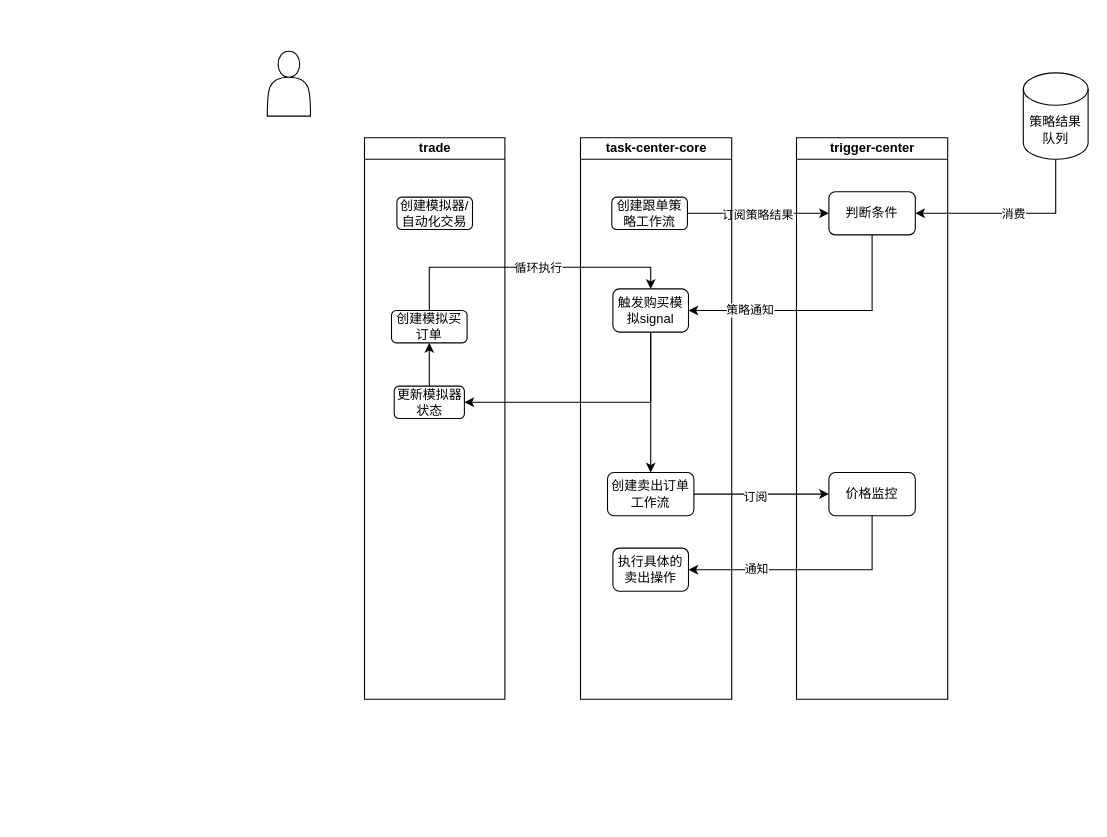
Above: 策略买入工作流.drawio in ZiHengLee/drawio (draw.io), before the change. Source tidied: cells renumbered, new cells numbered last; positions are measured from the earlier drawing's top-left corner, leaving out a move shared by most shapes. Both pictures are drawn from the tidied source at 108%, with x=0, y=0 at pixel (267, 51).
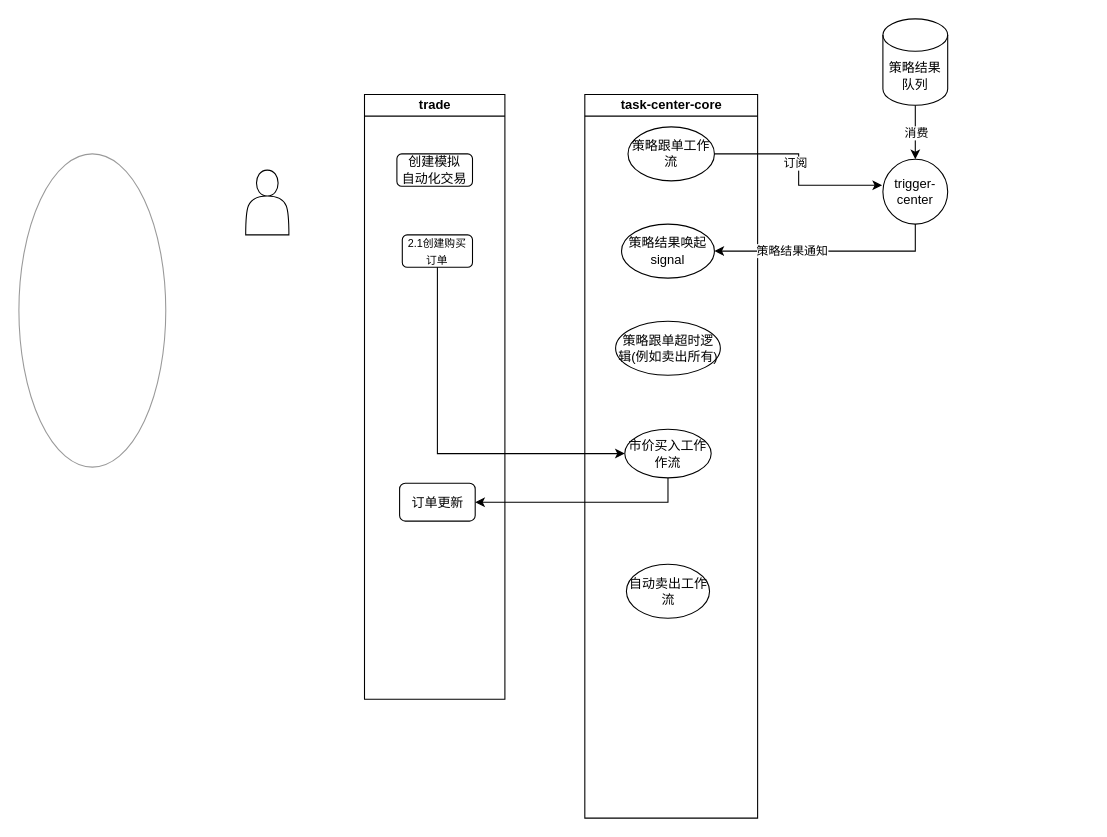
The same diagram, later.

Commit message (it also covers changes not shown here):
更新策略买入工作流.drawio

Diff of the diagram source:
```diff
@@
     <mxCell id="2" style="shape=actor;whiteSpace=wrap;html=1;" parent="1" vertex="1">
-      <mxGeometry width="40" height="60" as="geometry" />
+      <mxGeometry x="-20" y="110" width="40" height="60" as="geometry" />
     </mxCell>
-    <mxCell id="3" style="edgeStyle=orthogonalEdgeStyle;rounded=0;jettySize=auto;html=1;exitX=0.5;exitY=1;exitDx=0;exitDy=0;exitPerimeter=0;entryX=1;entryY=0.5;entryDx=0;entryDy=0;" parent="1" edge="1" source="5" target="7">
+    <mxCell id="3" style="edgeStyle=orthogonalEdgeStyle;rounded=0;jettySize=auto;html=1;exitX=0.5;exitY=1;exitDx=0;exitDy=0;exitPerimeter=0;entryX=0.5;entryY=0;entryDx=0;entryDy=0;" parent="1" edge="1" source="5" target="6">
       <mxGeometry relative="1" as="geometry" />
     </mxCell>
@@
     <mxCell id="5" value="策略结果队列" style="shape=cylinder3;whiteSpace=wrap;html=1;boundedLbl=1;backgroundOutline=1;size=15;" parent="1" vertex="1">
-      <mxGeometry x="700" y="20" width="60" height="80" as="geometry" />
+      <mxGeometry x="570" y="-30" width="60" height="80" as="geometry" />
     </mxCell>
-    <mxCell id="6" value="trigger-center" style="swimlane;startSize=20;html=1;" parent="1" vertex="1">
-      <mxGeometry x="490" y="80" width="140" height="520" as="geometry" />
-    </mxCell>
-    <mxCell id="7" value="判断条件" style="rounded=1;whiteSpace=wrap;html=1;" parent="6" vertex="1">
-      <mxGeometry x="30" y="50" width="80" height="40" as="geometry" />
-    </mxCell>
-    <mxCell id="8" value="价格监控" style="rounded=1;whiteSpace=wrap;html=1;" parent="6" vertex="1">
-      <mxGeometry x="30" y="310" width="80" height="40" as="geometry" />
-    </mxCell>
-    <mxCell id="9" style="edgeStyle=orthogonalEdgeStyle;rounded=0;jettySize=auto;html=1;exitX=1;exitY=0.5;exitDx=0;exitDy=0;entryX=0;entryY=0.5;entryDx=0;entryDy=0;" parent="1" edge="1" source="17" target="7">
-      <mxGeometry relative="1" as="geometry" />
-    </mxCell>
-    <mxCell id="10" value="订阅策略结果" style="edgeLabel;html=1;align=center;verticalAlign=middle;" parent="9" vertex="1">
-      <mxGeometry x="-0.02" y="-1" relative="1" as="geometry" />
-    </mxCell>
     <mxCell id="11" value="trade" style="swimlane;startSize=20;html=1;" parent="1" vertex="1">
-      <mxGeometry x="90" y="80" width="130" height="520" as="geometry" />
+      <mxGeometry x="90" y="40" width="130" height="560" as="geometry" />
     </mxCell>
-    <mxCell id="12" value="创建模拟器/自动化交易" style="rounded=1;whiteSpace=wrap;html=1;" parent="11" vertex="1">
+    <mxCell id="12" value="创建模拟&lt;div&gt;自动化交易&lt;/div&gt;" style="rounded=1;whiteSpace=wrap;html=1;" parent="11" vertex="1">
       <mxGeometry x="30" y="55" width="70" height="30" as="geometry" />
     </mxCell>
-    <mxCell id="13" style="edgeStyle=orthogonalEdgeStyle;rounded=0;jettySize=auto;html=1;exitX=0.5;exitY=0;exitDx=0;exitDy=0;entryX=0.5;entryY=1;entryDx=0;entryDy=0;" parent="11" edge="1" source="14" target="15">
-      <mxGeometry relative="1" as="geometry" />
-    </mxCell>
-    <mxCell id="14" value="更新模拟器状态" style="rounded=1;whiteSpace=wrap;html=1;" parent="11" vertex="1">
-      <mxGeometry x="27.5" y="230" width="65" height="30" as="geometry" />
+    <mxCell id="14" value="&lt;font style=&quot;font-size: 10px;&quot;&gt;2.1创建购买订单&lt;/font&gt;" style="rounded=1;whiteSpace=wrap;html=1;" parent="11" vertex="1">
+      <mxGeometry x="35" y="130" width="65" height="30" as="geometry" />
     </mxCell>
-    <mxCell id="15" value="创建模拟买订单" style="rounded=1;whiteSpace=wrap;html=1;" parent="11" vertex="1">
-      <mxGeometry x="25" y="160" width="70" height="30" as="geometry" />
-    </mxCell>
+    <mxCell id="31" value="订单更新" style="rounded=1;whiteSpace=wrap;html=1;" parent="11" vertex="1">
+      <mxGeometry x="32.5" y="360" width="70" height="35" as="geometry" />
+    </mxCell>
     <mxCell id="16" value="task-center-core" style="swimlane;startSize=20;html=1;" parent="1" vertex="1">
-      <mxGeometry x="290" y="80" width="140" height="520" as="geometry" />
+      <mxGeometry x="294" y="40" width="160" height="670" as="geometry" />
     </mxCell>
-    <mxCell id="17" value="创建跟单策略工作流" style="rounded=1;whiteSpace=wrap;html=1;" parent="16" vertex="1">
-      <mxGeometry x="29" y="55" width="70" height="30" as="geometry" />
-    </mxCell>
-    <mxCell id="18" style="edgeStyle=orthogonalEdgeStyle;rounded=0;jettySize=auto;html=1;exitX=0.5;exitY=1;exitDx=0;exitDy=0;entryX=0.5;entryY=0;entryDx=0;entryDy=0;" parent="16" edge="1" source="19" target="20">
-      <mxGeometry relative="1" as="geometry" />
-    </mxCell>
-    <mxCell id="19" value="触发购买模拟signal" style="rounded=1;whiteSpace=wrap;html=1;" parent="16" vertex="1">
-      <mxGeometry x="30" y="140" width="70" height="40" as="geometry" />
-    </mxCell>
-    <mxCell id="20" value="创建卖出订单工作流" style="rounded=1;whiteSpace=wrap;html=1;" parent="16" vertex="1">
-      <mxGeometry x="25" y="310" width="80" height="40" as="geometry" />
-    </mxCell>
-    <mxCell id="21" value="执行具体的卖出操作" style="rounded=1;whiteSpace=wrap;html=1;" parent="16" vertex="1">
-      <mxGeometry x="30" y="380" width="70" height="40" as="geometry" />
-    </mxCell>
-    <mxCell id="22" style="edgeStyle=orthogonalEdgeStyle;rounded=0;jettySize=auto;html=1;exitX=0.5;exitY=1;exitDx=0;exitDy=0;entryX=1;entryY=0.5;entryDx=0;entryDy=0;" parent="1" edge="1" source="7" target="19">
-      <mxGeometry relative="1" as="geometry" />
-    </mxCell>
-    <mxCell id="23" value="策略通知" style="edgeLabel;html=1;align=center;verticalAlign=middle;" parent="22" vertex="1">
-      <mxGeometry x="0.53" y="-1" relative="1" as="geometry" />
-    </mxCell>
-    <mxCell id="24" style="edgeStyle=orthogonalEdgeStyle;rounded=0;jettySize=auto;html=1;exitX=1;exitY=0.5;exitDx=0;exitDy=0;entryX=0;entryY=0.5;entryDx=0;entryDy=0;" parent="1" edge="1" source="20" target="8">
-      <mxGeometry relative="1" as="geometry" />
-    </mxCell>
+    <mxCell id="32" value="策略跟单工作流" style="ellipse;whiteSpace=wrap;html=1;" parent="16" vertex="1">
+      <mxGeometry x="40" y="30" width="80" height="50" as="geometry" />
+    </mxCell>
+    <mxCell id="33" value="策略结果唤起signal" style="ellipse;whiteSpace=wrap;html=1;" parent="16" vertex="1">
+      <mxGeometry x="34" y="120" width="86" height="50" as="geometry" />
+    </mxCell>
+    <mxCell id="34" value="策略跟单超时逻辑(例如卖出所有)" style="ellipse;whiteSpace=wrap;html=1;" parent="16" vertex="1">
+      <mxGeometry x="28.5" y="210" width="97" height="50" as="geometry" />
+    </mxCell>
+    <mxCell id="35" value="市价买入工作作流" style="ellipse;whiteSpace=wrap;html=1;" parent="16" vertex="1">
+      <mxGeometry x="37" y="310" width="80" height="45" as="geometry" />
+    </mxCell>
+    <mxCell id="36" value="自动卖出工作流" style="ellipse;whiteSpace=wrap;html=1;" parent="16" vertex="1">
+      <mxGeometry x="38.5" y="435" width="77" height="50" as="geometry" />
+    </mxCell>
+    <mxCell id="37" style="ellipse;whiteSpace=wrap;html=1;opacity=40;" parent="1" vertex="1">
+      <mxGeometry x="-230" y="95" width="136" height="290" as="geometry" />
+    </mxCell>
+    <mxCell id="38" style="edgeStyle=orthogonalEdgeStyle;rounded=0;jettySize=auto;html=1;exitX=0.5;exitY=1;exitDx=0;exitDy=0;entryX=1;entryY=0.5;entryDx=0;entryDy=0;" parent="1" edge="1" source="6" target="33">
+      <mxGeometry relative="1" as="geometry" />
+    </mxCell>
+    <mxCell id="39" value="策略结果通知" style="edgeLabel;html=1;align=center;verticalAlign=middle;" parent="38" vertex="1">
+      <mxGeometry x="0.33" y="-1" relative="1" as="geometry" />
+    </mxCell>
+    <mxCell id="6" value="trigger-center" style="ellipse;whiteSpace=wrap;html=1;" parent="1" vertex="1">
+      <mxGeometry x="570" y="100" width="60" height="60" as="geometry" />
+    </mxCell>
+    <mxCell id="40" style="edgeStyle=orthogonalEdgeStyle;rounded=0;jettySize=auto;html=1;exitX=1;exitY=0.5;exitDx=0;exitDy=0;entryX=-0.012;entryY=0.4;entryDx=0;entryDy=0;entryPerimeter=0;" parent="1" edge="1" source="32" target="6">
+      <mxGeometry relative="1" as="geometry" />
+    </mxCell>
-    <mxCell id="25" value="订阅" style="edgeLabel;html=1;align=center;verticalAlign=middle;" parent="24" vertex="1">
-      <mxGeometry x="-0.1" y="-2" relative="1" as="geometry" />
+    <mxCell id="25" value="订阅" style="edgeLabel;html=1;align=center;verticalAlign=middle;" parent="40" vertex="1">
+      <mxGeometry x="-0.07" y="-4" relative="1" as="geometry" />
     </mxCell>
-    <mxCell id="26" style="edgeStyle=orthogonalEdgeStyle;rounded=0;jettySize=auto;html=1;exitX=0.5;exitY=1;exitDx=0;exitDy=0;entryX=1;entryY=0.5;entryDx=0;entryDy=0;" parent="1" edge="1" source="19" target="14">
-      <mxGeometry relative="1" as="geometry" />
-    </mxCell>
-    <mxCell id="27" style="edgeStyle=orthogonalEdgeStyle;rounded=0;jettySize=auto;html=1;exitX=0.5;exitY=0;exitDx=0;exitDy=0;entryX=0.5;entryY=0;entryDx=0;entryDy=0;" parent="1" edge="1" source="15" target="19">
-      <mxGeometry relative="1" as="geometry" />
-    </mxCell>
-    <mxCell id="28" value="循环执行" style="edgeLabel;html=1;align=center;verticalAlign=middle;" parent="27" vertex="1">
-      <mxGeometry x="0.06" relative="1" as="geometry" />
-    </mxCell>
-    <mxCell id="29" style="edgeStyle=orthogonalEdgeStyle;rounded=0;jettySize=auto;html=1;exitX=0.5;exitY=1;exitDx=0;exitDy=0;entryX=1;entryY=0.5;entryDx=0;entryDy=0;" parent="1" edge="1" source="8" target="21">
-      <mxGeometry relative="1" as="geometry" />
-    </mxCell>
-    <mxCell id="30" value="通知" style="edgeLabel;html=1;align=center;verticalAlign=middle;" parent="29" vertex="1">
-      <mxGeometry x="0.44" y="-1" relative="1" as="geometry" />
-    </mxCell>
+    <mxCell id="41" style="edgeStyle=orthogonalEdgeStyle;rounded=0;jettySize=auto;html=1;exitX=0.5;exitY=1;exitDx=0;exitDy=0;entryX=0;entryY=0.5;entryDx=0;entryDy=0;" parent="1" edge="1" source="14" target="35">
+      <mxGeometry relative="1" as="geometry" />
+    </mxCell>
+    <mxCell id="42" style="edgeStyle=orthogonalEdgeStyle;rounded=0;jettySize=auto;html=1;exitX=0.5;exitY=1;exitDx=0;exitDy=0;entryX=1;entryY=0.5;entryDx=0;entryDy=0;" parent="1" edge="1" source="35" target="31">
+      <mxGeometry relative="1" as="geometry" />
+    </mxCell>
```
